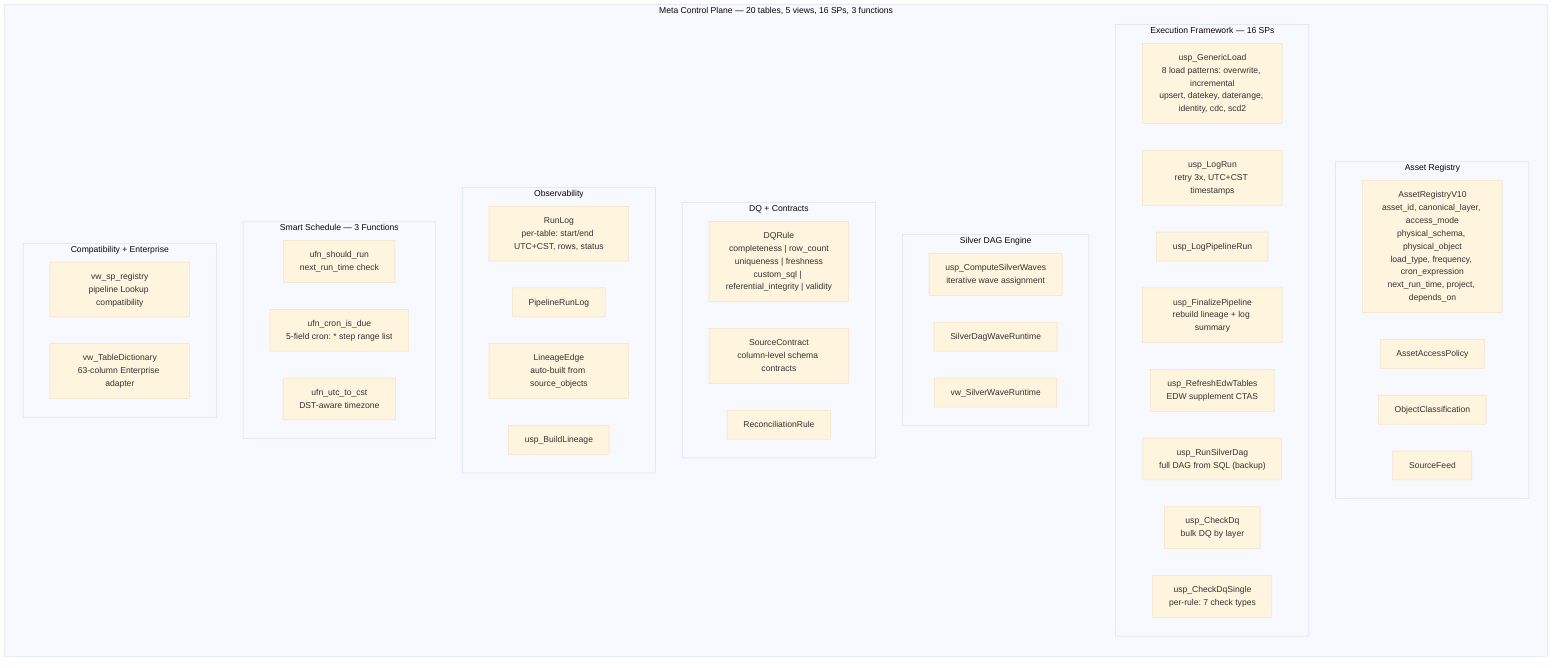
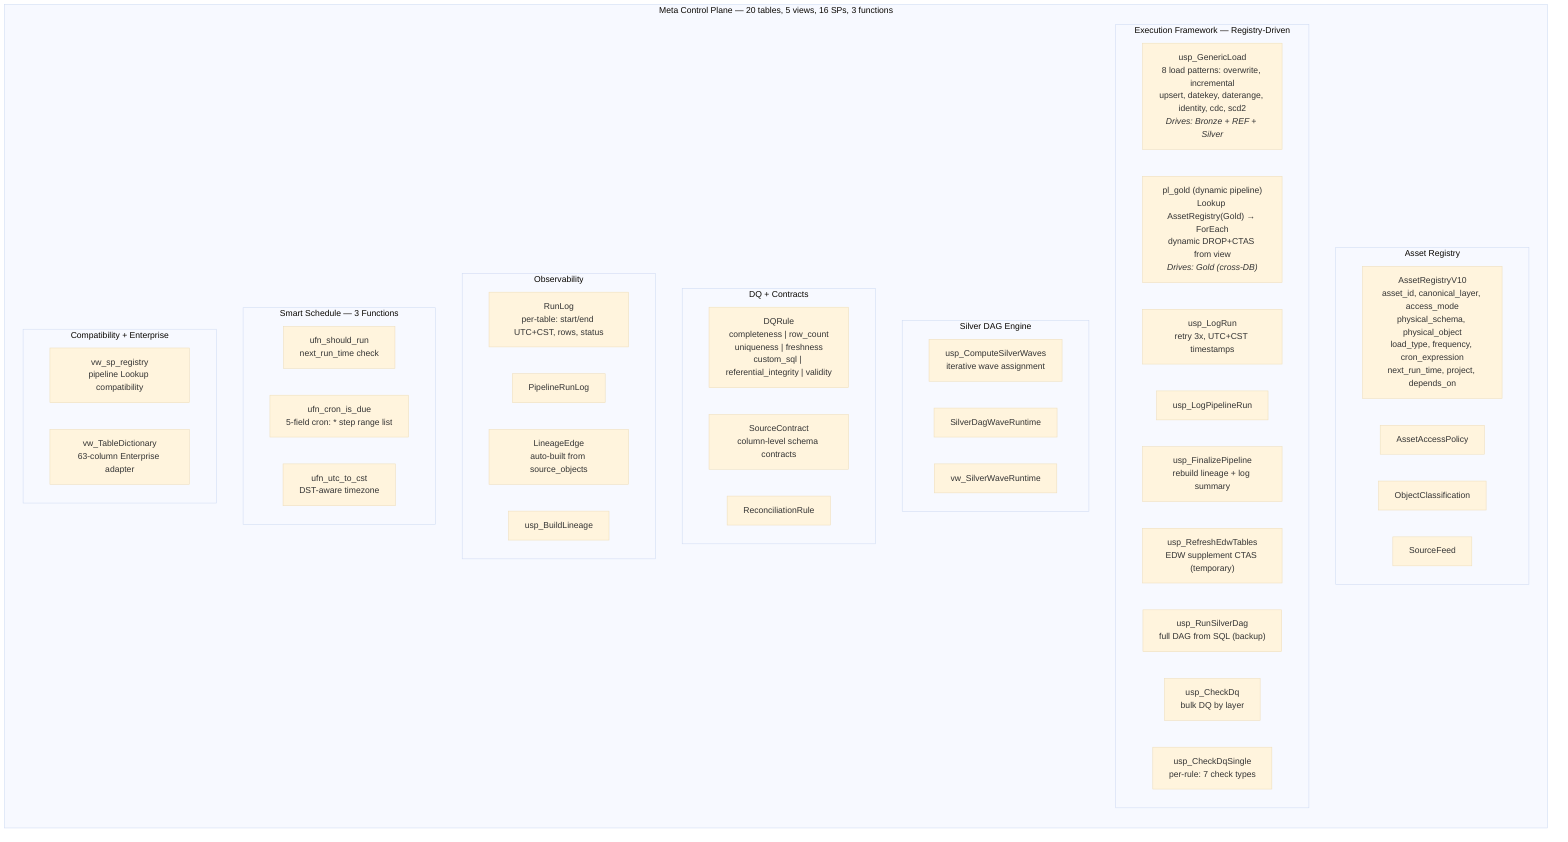
%%{init: {'theme': 'base'}}%%
flowchart LR
    subgraph CP["Meta Control Plane — 20 tables, 5 views, 16 SPs, 3 functions"]
        direction TB

        subgraph REGISTRY["Asset Registry"]
            AR["AssetRegistryV10<br/>asset_id, canonical_layer, access_mode<br/>physical_schema, physical_object<br/>load_type, frequency, cron_expression<br/>next_run_time, project, depends_on"]
            AAP["AssetAccessPolicy"]
            OC["ObjectClassification"]
            SF["SourceFeed"]
        end

-         subgraph EXECUTION["Execution Framework — 16 SPs"]
-             GL["usp_GenericLoad<br/>8 load patterns: overwrite, incremental<br/>upsert, datekey, daterange, identity, cdc, scd2"]
+         subgraph EXECUTION["Execution Framework — Registry-Driven"]
+             GL["usp_GenericLoad<br/>8 load patterns: overwrite, incremental<br/>upsert, datekey, daterange, identity, cdc, scd2<br/><i>Drives: Bronze + REF + Silver</i>"]
+             GPG["pl_gold (dynamic pipeline)<br/>Lookup AssetRegistry(Gold) → ForEach<br/>dynamic DROP+CTAS from view<br/><i>Drives: Gold (cross-DB)</i>"]
            LR2["usp_LogRun<br/>retry 3x, UTC+CST timestamps"]
            LPR["usp_LogPipelineRun"]
            FP["usp_FinalizePipeline<br/>rebuild lineage + log summary"]
-             RET["usp_RefreshEdwTables<br/>EDW supplement CTAS"]
+             RET["usp_RefreshEdwTables<br/>EDW supplement CTAS (temporary)"]
            RSD["usp_RunSilverDag<br/>full DAG from SQL (backup)"]
            CDQ["usp_CheckDq<br/>bulk DQ by layer"]
            CDQS["usp_CheckDqSingle<br/>per-rule: 7 check types"]
        end

        subgraph DAG["Silver DAG Engine"]
            CSW["usp_ComputeSilverWaves<br/>iterative wave assignment"]
            WRT["SilverDagWaveRuntime"]
            VW["vw_SilverWaveRuntime"]
        end

        subgraph QUALITY["DQ + Contracts"]
            DQR["DQRule<br/>completeness | row_count<br/>uniqueness | freshness<br/>custom_sql | referential_integrity | validity"]
            SC2["SourceContract<br/>column-level schema contracts"]
            RR["ReconciliationRule"]
        end

        subgraph OBSERVABILITY["Observability"]
            RL["RunLog<br/>per-table: start/end UTC+CST, rows, status"]
            PRL["PipelineRunLog"]
            LE["LineageEdge<br/>auto-built from source_objects"]
            BL["usp_BuildLineage"]
        end

        subgraph SCHEDULE["Smart Schedule — 3 Functions"]
            UFN1["ufn_should_run<br/>next_run_time check"]
            UFN2["ufn_cron_is_due<br/>5-field cron: * step range list"]
            UFN3["ufn_utc_to_cst<br/>DST-aware timezone"]
        end

        subgraph COMPAT["Compatibility + Enterprise"]
            VSR["vw_sp_registry<br/>pipeline Lookup compatibility"]
            VTD["vw_TableDictionary<br/>63-column Enterprise adapter"]
        end
    end
